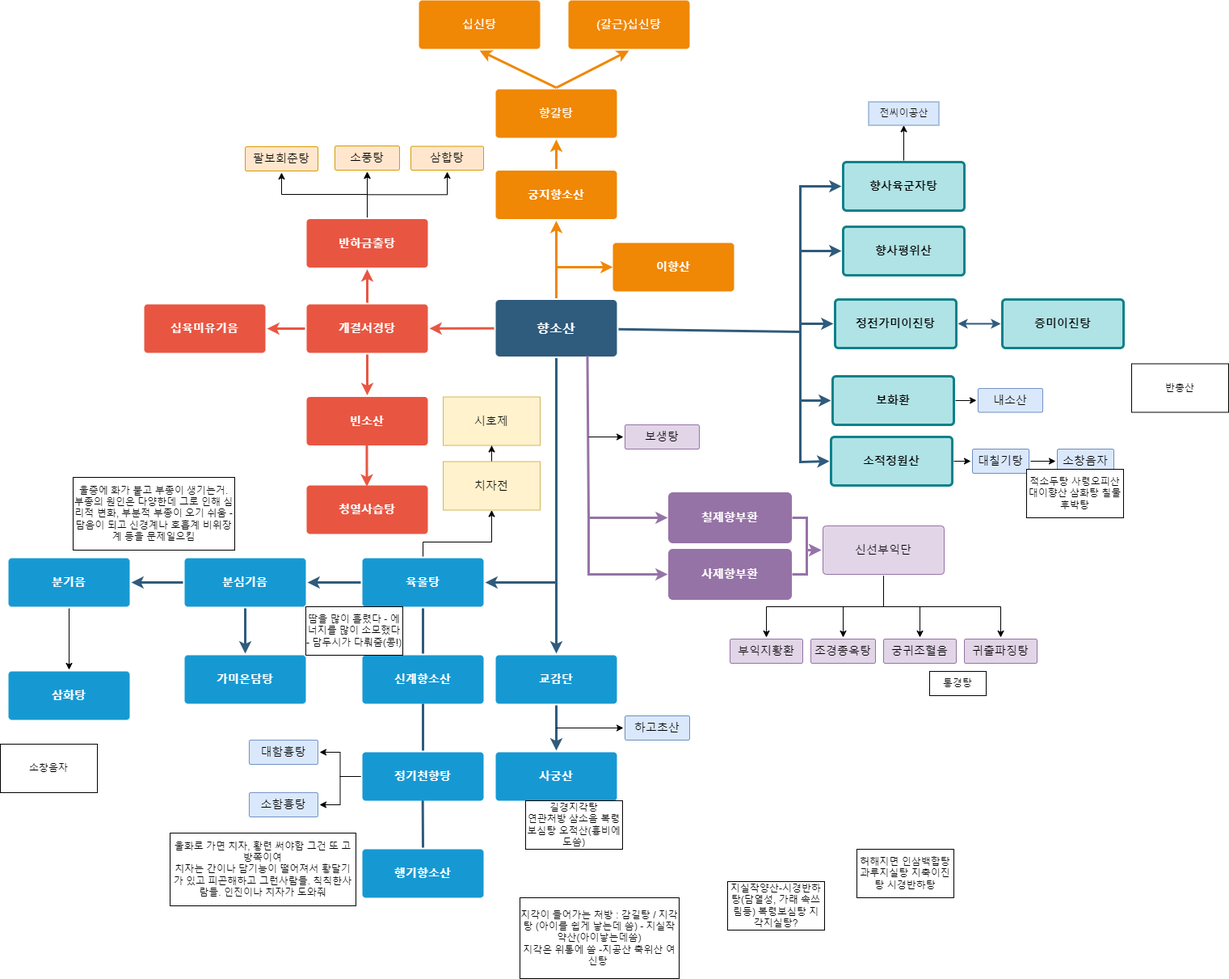
Earlier version of the draw.io export 향소산플로우차트.drawio.png (Jinzin71/sparta). Source tidied: cells renumbered, new cells last; positions are measured from the earlier drawing's top-left corner, leaving out a move shared by most shapes.
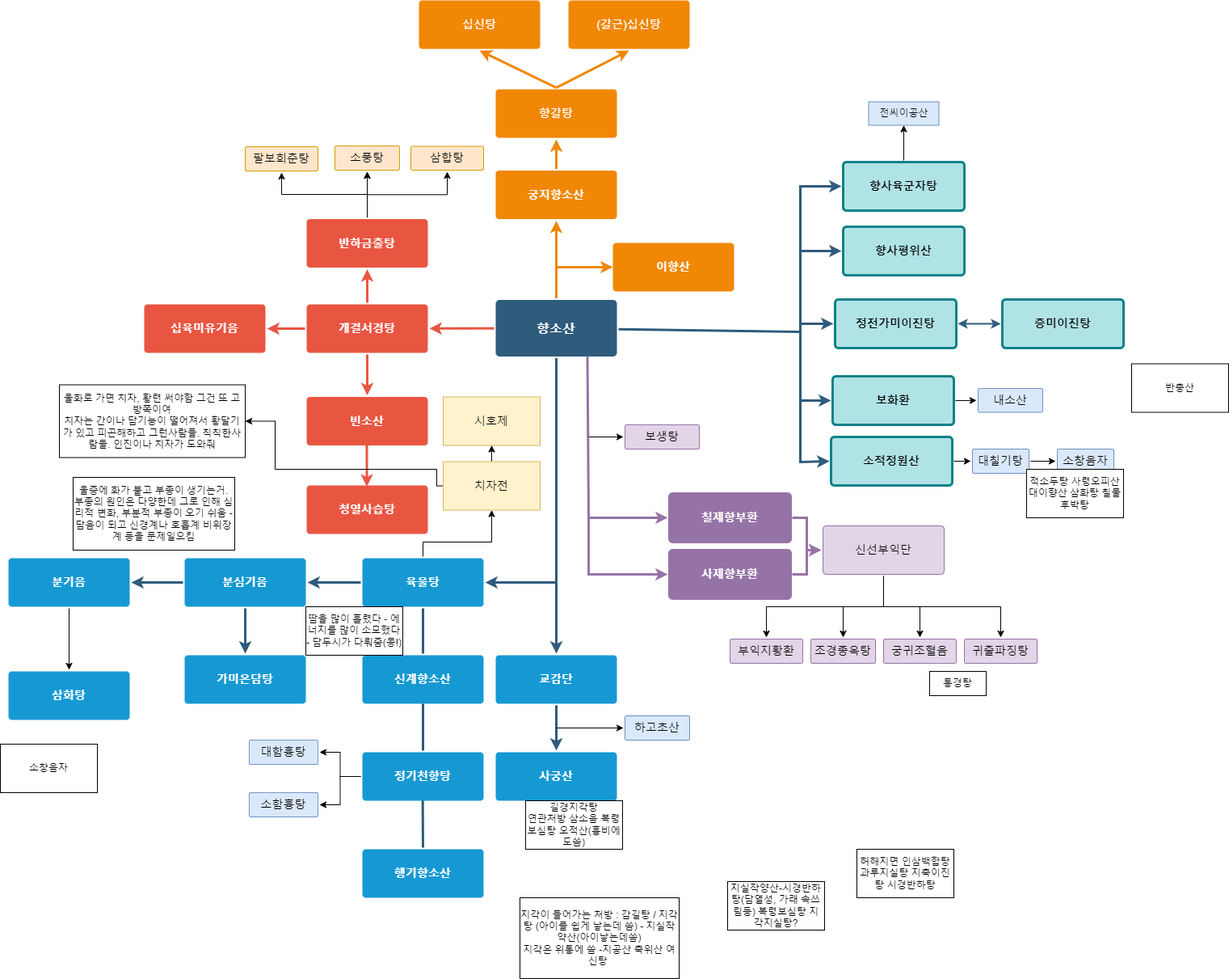
The same diagram one commit later.

Commit message:
향소산플로우차트.drawio.png 업데이트

The edit, as a diff of the source:
```diff
@@ -273,6 +273,16 @@
     <mxCell id="69" style="edgeStyle=orthogonalEdgeStyle;rounded=0;jettySize=auto;html=1;" parent="1" edge="1" source="70" target="71">
       <mxGeometry relative="1" as="geometry" />
     </mxCell>
+    <mxCell id="109" style="edgeStyle=orthogonalEdgeStyle;rounded=0;jettySize=auto;html=1;exitX=0;exitY=0.5;exitDx=0;exitDy=0;entryX=1;entryY=0.5;entryDx=0;entryDy=0;" parent="1" edge="1" source="70" target="104">
+      <mxGeometry relative="1" as="geometry">
+        <Array as="points">
+          <mxPoint x="540" y="601" />
+          <mxPoint x="540" y="580" />
+          <mxPoint x="340" y="580" />
+          <mxPoint x="340" y="521" />
+        </Array>
+      </mxGeometry>
+    </mxCell>
     <mxCell id="70" value="&lt;font style=&quot;font-size: 14px;&quot;&gt;치자전&lt;/font&gt;" style="rounded=0;whiteSpace=wrap;html=1;fillColor=#fff2cc;strokeColor=#d6b656;" parent="1" vertex="1">
       <mxGeometry x="548" y="570.5" width="120" height="60" as="geometry" />
     </mxCell>
@@ -403,7 +413,7 @@
       <mxGeometry x="1060" y="1050" width="120" height="60" as="geometry" />
     </mxCell>
     <mxCell id="104" value="울화로 가면 치자, 황련 써야함 그건 또 고방쪽이여&lt;br&gt;치자는 간이나 담기능이 떨어져서 황달기가 있고 피곤해하고 그런사람들. 칙칙한사람들. 인진이나 치자가 도와줘" style="whiteSpace=wrap;html=1;" parent="1" vertex="1">
-      <mxGeometry x="210" y="1030" width="230" height="90" as="geometry" />
+      <mxGeometry x="73" y="475.5" width="230" height="90" as="geometry" />
     </mxCell>
     <mxCell id="105" value="땀을 많이 흘렸다 - 에너지를 많이 소모했다 - 담두시가 다뤄줌(콩!)" style="whiteSpace=wrap;html=1;" parent="1" vertex="1">
       <mxGeometry x="378" y="750" width="120" height="60" as="geometry" />
```
